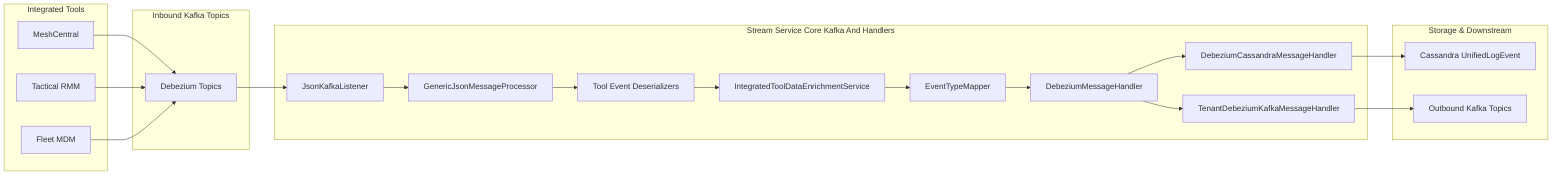
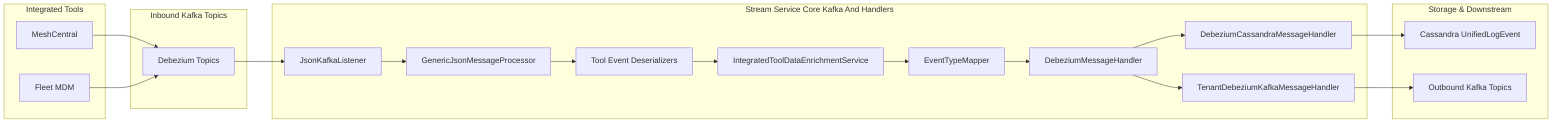
flowchart LR
    subgraph Tools["Integrated Tools"]
        MeshCentral["MeshCentral"]
-         Tactical["Tactical RMM"]
        Fleet["Fleet MDM"]
    end

    subgraph KafkaIn["Inbound Kafka Topics"]
        InTopics["Debezium Topics"]
    end

    subgraph StreamCore["Stream Service Core Kafka And Handlers"]
        Listener["JsonKafkaListener"]
        Processor["GenericJsonMessageProcessor"]
        Deserializer["Tool Event Deserializers"]
        Enrichment["IntegratedToolDataEnrichmentService"]
        Mapper["EventTypeMapper"]
        Handler["DebeziumMessageHandler"]
        CassandraHandler["DebeziumCassandraMessageHandler"]
        TenantKafkaHandler["TenantDebeziumKafkaMessageHandler"]
    end

    subgraph Storage["Storage & Downstream"]
        Cassandra["Cassandra UnifiedLogEvent"]
        KafkaOut["Outbound Kafka Topics"]
    end

    MeshCentral --> InTopics
-     Tactical --> InTopics
    Fleet --> InTopics

    InTopics --> Listener
    Listener --> Processor
    Processor --> Deserializer
    Deserializer --> Enrichment
    Enrichment --> Mapper
    Mapper --> Handler

    Handler --> CassandraHandler
    Handler --> TenantKafkaHandler

    CassandraHandler --> Cassandra
    TenantKafkaHandler --> KafkaOut
